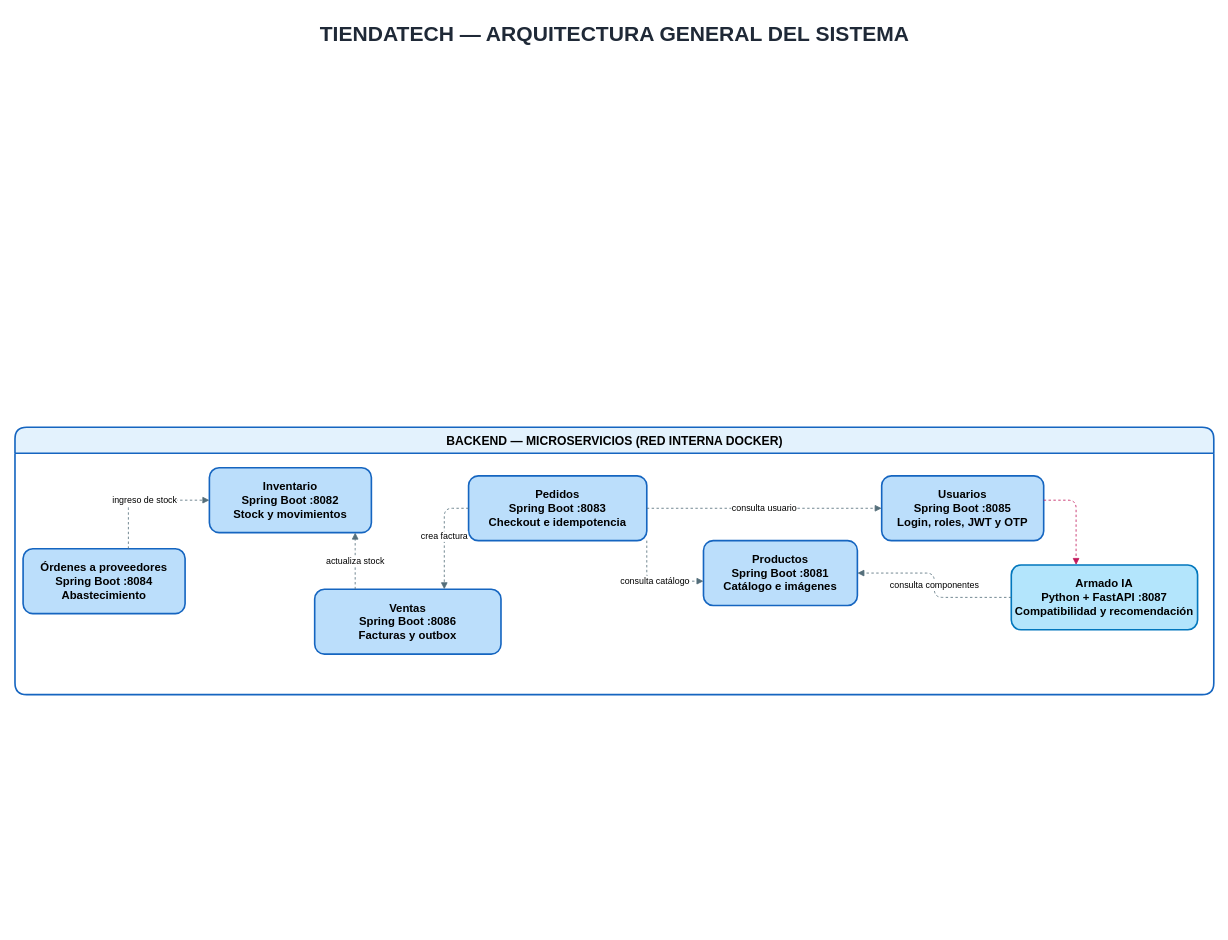
The draw.io diagram docs/diagrams/tiendatech-arquitectura-e4.drawio in JoseLozanoMorales/PFC-AppsDistribuidas, before the edit. Source tidied: cells renumbered, new cells numbered last; positions are measured from the earlier drawing's top-left corner, leaving out a move shared by most shapes. Both pictures are drawn from the tidied source at 81%, with x=0, y=0 at pixel (15, 14).
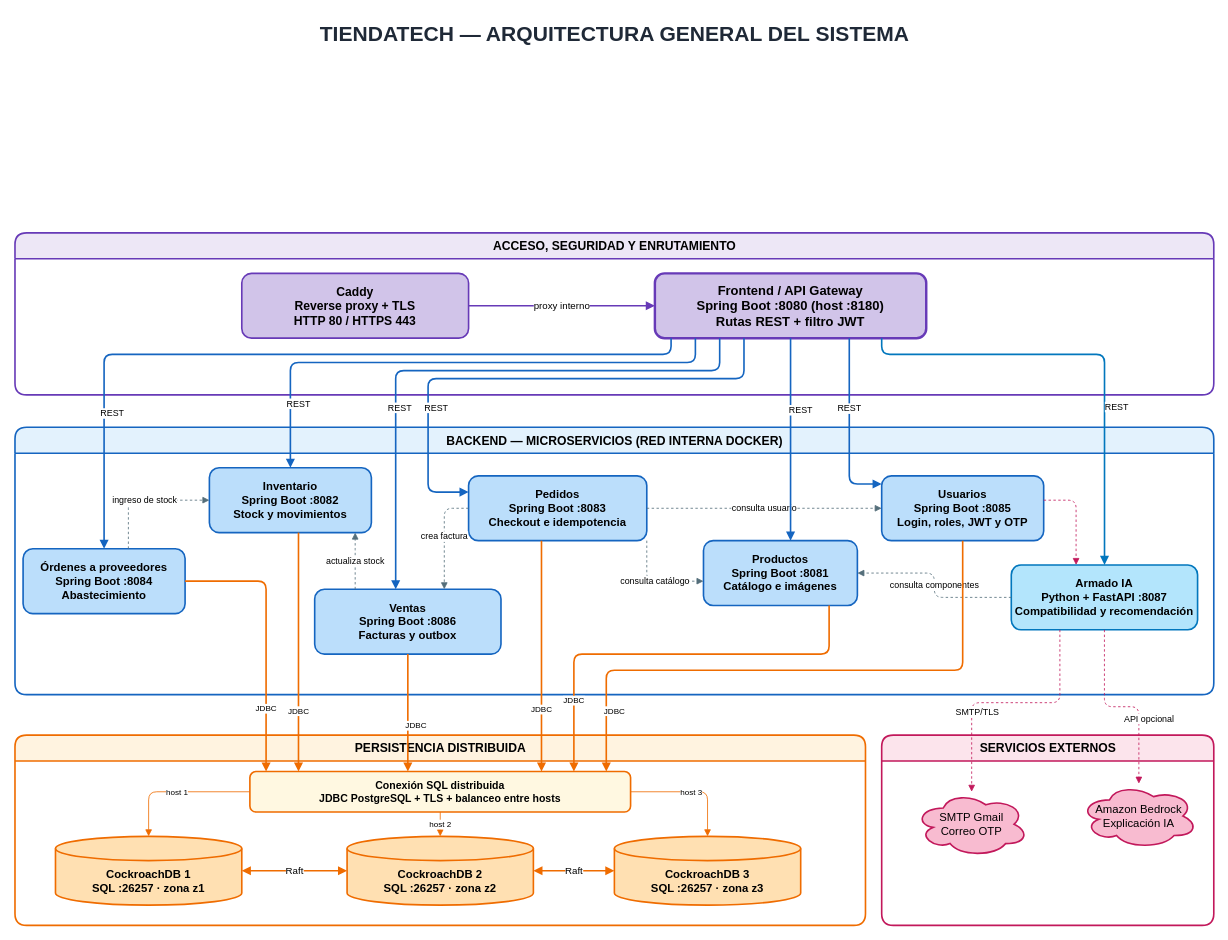
After the change.

Commit message:
Adición de representación gráfica del acceso-persistencia

The change refers to these unchanged cells:
```xml
<mxCell id="4" value="Órdenes a proveedores&#10;Spring Boot :8084&#10;Abastecimiento" style="rounded=1;whiteSpace=wrap;html=1;fillColor=#BBDEFB;strokeColor=#1565C0;strokeWidth=2;fontStyle=1;fontSize=14;" parent="3" vertex="1">
  <mxGeometry x="10" y="150" width="200" height="80" as="geometry" />
</mxCell>
<mxCell id="5" value="Inventario&#10;Spring Boot :8082&#10;Stock y movimientos" style="rounded=1;whiteSpace=wrap;html=1;fillColor=#BBDEFB;strokeColor=#1565C0;strokeWidth=2;fontStyle=1;fontSize=14;" parent="3" vertex="1">
  <mxGeometry x="240" y="50" width="200" height="80" as="geometry" />
</mxCell>
<mxCell id="7" value="Usuarios&#10;Spring Boot :8085&#10;Login, roles, JWT y OTP" style="rounded=1;whiteSpace=wrap;html=1;fillColor=#BBDEFB;strokeColor=#1565C0;strokeWidth=2;fontStyle=1;fontSize=14;" parent="3" vertex="1">
  <mxGeometry x="1070" y="60" width="200" height="80" as="geometry" />
</mxCell>
<mxCell id="8" value="Productos&#10;Spring Boot :8081&#10;Catálogo e imágenes" style="rounded=1;whiteSpace=wrap;html=1;fillColor=#BBDEFB;strokeColor=#1565C0;strokeWidth=2;fontStyle=1;fontSize=14;" parent="3" vertex="1">
  <mxGeometry x="850" y="140" width="190" height="80" as="geometry" />
</mxCell>
<mxCell id="9" value="Pedidos&#10;Spring Boot :8083&#10;Checkout e idempotencia" style="rounded=1;whiteSpace=wrap;html=1;fillColor=#BBDEFB;strokeColor=#1565C0;strokeWidth=2;fontStyle=1;fontSize=14;" parent="3" vertex="1">
  <mxGeometry x="560" y="60" width="220" height="80" as="geometry" />
</mxCell>
<mxCell id="12" value="Ventas&#10;Spring Boot :8086&#10;Facturas y outbox" style="rounded=1;whiteSpace=wrap;html=1;fillColor=#BBDEFB;strokeColor=#1565C0;strokeWidth=2;fontStyle=1;fontSize=14;" parent="3" vertex="1">
  <mxGeometry x="370" y="200" width="230" height="80" as="geometry" />
</mxCell>
<mxCell id="15" value="Armado IA&#10;Python + FastAPI :8087&#10;Compatibilidad y recomendación" style="rounded=1;whiteSpace=wrap;html=1;fillColor=#B3E5FC;strokeColor=#0277BD;strokeWidth=2;fontStyle=1;fontSize=14;" parent="3" vertex="1">
  <mxGeometry x="1230" y="170" width="230" height="80" as="geometry" />
</mxCell>
```

Diff of the diagram source:
```diff
@@
+    <mxCell id="18" value="ACCESO, SEGURIDAD Y ENRUTAMIENTO" style="swimlane;html=1;rounded=1;startSize=32;horizontal=1;fillColor=#EDE7F6;strokeColor=#673AB7;strokeWidth=2;fontStyle=1;fontSize=15;" parent="1" vertex="1">
+      <mxGeometry y="270" width="1480" height="200" as="geometry" />
+    </mxCell>
+    <mxCell id="19" value="Frontend / API Gateway&#10;Spring Boot :8080 (host :8180)&#10;Rutas REST + filtro JWT" style="rounded=1;whiteSpace=wrap;html=1;fillColor=#D1C4E9;strokeColor=#673AB7;strokeWidth=3;fontStyle=1;fontSize=16;" parent="18" vertex="1">
+      <mxGeometry x="790" y="50" width="335" height="80" as="geometry" />
+    </mxCell>
+    <mxCell id="20" value="Caddy&#10;Reverse proxy + TLS&#10;HTTP 80 / HTTPS 443" style="rounded=1;whiteSpace=wrap;html=1;fillColor=#D1C4E9;strokeColor=#673AB7;strokeWidth=2;fontStyle=1;fontSize=15;" parent="18" vertex="1">
+      <mxGeometry x="280" y="50" width="280" height="80" as="geometry" />
+    </mxCell>
+    <mxCell id="21" value="proxy interno" style="edgeStyle=orthogonalEdgeStyle;rounded=1;html=1;endArrow=block;endFill=1;strokeColor=#673AB7;strokeWidth=2;fontSize=12;" parent="18" edge="1" source="20" target="19">
+      <mxGeometry relative="1" as="geometry" />
+    </mxCell>
+    <mxCell id="22" value="PERSISTENCIA DISTRIBUIDA" style="swimlane;html=1;rounded=1;startSize=32;horizontal=1;fillColor=#FFF3E0;strokeColor=#EF6C00;strokeWidth=2;fontStyle=1;fontSize=15;" parent="1" vertex="1">
+      <mxGeometry y="890" width="1050" height="235" as="geometry" />
+    </mxCell>
+    <mxCell id="23" value="CockroachDB 1&#10;SQL :26257 · zona z1" style="shape=cylinder3;whiteSpace=wrap;html=1;boundedLbl=1;backgroundOutline=1;fillColor=#FFE0B2;strokeColor=#EF6C00;strokeWidth=2;fontStyle=1;fontSize=14;" parent="22" vertex="1">
+      <mxGeometry x="50" y="125" width="230" height="85" as="geometry" />
+    </mxCell>
+    <mxCell id="24" value="CockroachDB 2&#10;SQL :26257 · zona z2" style="shape=cylinder3;whiteSpace=wrap;html=1;boundedLbl=1;backgroundOutline=1;fillColor=#FFE0B2;strokeColor=#EF6C00;strokeWidth=2;fontStyle=1;fontSize=14;" parent="22" vertex="1">
+      <mxGeometry x="410" y="125" width="230" height="85" as="geometry" />
+    </mxCell>
+    <mxCell id="25" value="Raft" style="edgeStyle=orthogonalEdgeStyle;rounded=1;html=1;startArrow=block;startFill=1;endArrow=block;endFill=1;strokeColor=#EF6C00;strokeWidth=2;fontSize=12;" parent="22" edge="1" source="23" target="24">
+      <mxGeometry relative="1" as="geometry" />
+    </mxCell>
+    <mxCell id="26" value="CockroachDB 3&#10;SQL :26257 · zona z3" style="shape=cylinder3;whiteSpace=wrap;html=1;boundedLbl=1;backgroundOutline=1;fillColor=#FFE0B2;strokeColor=#EF6C00;strokeWidth=2;fontStyle=1;fontSize=14;" parent="22" vertex="1">
+      <mxGeometry x="740" y="125" width="230" height="85" as="geometry" />
+    </mxCell>
+    <mxCell id="27" value="Raft" style="edgeStyle=orthogonalEdgeStyle;rounded=1;html=1;startArrow=block;startFill=1;endArrow=block;endFill=1;strokeColor=#EF6C00;strokeWidth=2;fontSize=12;" parent="22" edge="1" source="24" target="26">
+      <mxGeometry relative="1" as="geometry" />
+    </mxCell>
+    <mxCell id="28" value="Conexión SQL distribuida&#10;JDBC PostgreSQL + TLS + balanceo entre hosts" style="rounded=1;whiteSpace=wrap;html=1;fillColor=#FFF8E1;strokeColor=#EF6C00;strokeWidth=2;fontStyle=1;fontSize=13;" parent="22" vertex="1">
+      <mxGeometry x="290" y="45" width="470" height="50" as="geometry" />
+    </mxCell>
+    <mxCell id="29" value="host 1" style="edgeStyle=orthogonalEdgeStyle;rounded=1;html=1;endArrow=block;endFill=1;strokeColor=#EF6C00;fontSize=10;" parent="22" edge="1" source="28" target="23">
+      <mxGeometry relative="1" as="geometry" />
+    </mxCell>
+    <mxCell id="30" value="host 2" style="edgeStyle=orthogonalEdgeStyle;rounded=1;html=1;endArrow=block;endFill=1;strokeColor=#EF6C00;fontSize=10;" parent="22" edge="1" source="28" target="24">
+      <mxGeometry relative="1" as="geometry" />
+    </mxCell>
+    <mxCell id="31" value="host 3" style="edgeStyle=orthogonalEdgeStyle;rounded=1;html=1;endArrow=block;endFill=1;strokeColor=#EF6C00;fontSize=10;exitX=1;exitY=0.5;exitDx=0;exitDy=0;" parent="22" edge="1" source="28" target="26">
+      <mxGeometry relative="1" as="geometry" />
+    </mxCell>
+    <mxCell id="32" value="SERVICIOS EXTERNOS" style="swimlane;html=1;rounded=1;startSize=32;horizontal=1;fillColor=#FCE4EC;strokeColor=#C2185B;strokeWidth=2;fontStyle=1;fontSize=15;" parent="1" vertex="1">
+      <mxGeometry x="1070" y="890" width="410" height="235" as="geometry" />
+    </mxCell>
+    <mxCell id="33" value="SMTP Gmail&#10;Correo OTP" style="shape=cloud;whiteSpace=wrap;html=1;fillColor=#F8BBD0;strokeColor=#C2185B;strokeWidth=2;fontSize=14;" parent="32" vertex="1">
+      <mxGeometry x="41" y="70" width="140" height="80" as="geometry" />
+    </mxCell>
+    <mxCell id="34" value="Amazon Bedrock&#10;Explicación IA" style="shape=cloud;whiteSpace=wrap;html=1;fillColor=#F8BBD0;strokeColor=#C2185B;strokeWidth=2;fontSize=14;" parent="32" vertex="1">
+      <mxGeometry x="245" y="60" width="145" height="80" as="geometry" />
+    </mxCell>
+    <mxCell id="35" value="REST" style="edgeStyle=orthogonalEdgeStyle;rounded=1;html=1;endArrow=block;endFill=1;strokeColor=#1565C0;strokeWidth=2;fontSize=11;" parent="1" edge="1" source="19" target="7">
+      <mxGeometry x="-0.22" relative="1" as="geometry">
+        <Array as="points">
+          <mxPoint x="1030" y="580" />
+        </Array>
+        <mxPoint y="1" as="offset" />
+      </mxGeometry>
+    </mxCell>
+    <mxCell id="36" value="REST" style="edgeStyle=orthogonalEdgeStyle;rounded=1;html=1;endArrow=block;endFill=1;strokeColor=#1565C0;strokeWidth=2;fontSize=11;" parent="1" edge="1" source="19" target="8">
+      <mxGeometry x="-0.28" y="12" relative="1" as="geometry">
+        <Array as="points">
+          <mxPoint x="957.5" y="580" />
+          <mxPoint x="957.5" y="580" />
+        </Array>
+        <mxPoint y="-1" as="offset" />
+      </mxGeometry>
+    </mxCell>
+    <mxCell id="37" value="REST" style="edgeStyle=orthogonalEdgeStyle;rounded=1;html=1;endArrow=block;endFill=1;strokeColor=#1565C0;strokeWidth=2;fontSize=11;" parent="1" edge="1" source="19" target="5">
+      <mxGeometry x="0.76" y="10" relative="1" as="geometry">
+        <Array as="points">
+          <mxPoint x="840" y="430" />
+          <mxPoint x="340" y="430" />
+        </Array>
+      </mxGeometry>
+    </mxCell>
+    <mxCell id="38" value="REST" style="edgeStyle=orthogonalEdgeStyle;rounded=1;html=1;endArrow=block;endFill=1;strokeColor=#1565C0;strokeWidth=2;fontSize=11;" parent="1" edge="1" source="19" target="9">
+      <mxGeometry x="0.51" y="10" relative="1" as="geometry">
+        <Array as="points">
+          <mxPoint x="900" y="450" />
+          <mxPoint x="510" y="450" />
+          <mxPoint x="510" y="590" />
+        </Array>
+      </mxGeometry>
+    </mxCell>
+    <mxCell id="39" value="REST" style="edgeStyle=orthogonalEdgeStyle;rounded=1;html=1;endArrow=block;endFill=1;strokeColor=#1565C0;strokeWidth=2;fontSize=11;" parent="1" edge="1" source="19" target="12">
+      <mxGeometry x="0.37" y="5" relative="1" as="geometry">
+        <Array as="points">
+          <mxPoint x="870" y="440" />
+          <mxPoint x="470" y="440" />
+        </Array>
+      </mxGeometry>
+    </mxCell>
+    <mxCell id="40" value="REST" style="edgeStyle=orthogonalEdgeStyle;rounded=1;html=1;endArrow=block;endFill=1;strokeColor=#1565C0;strokeWidth=2;fontSize=11;" parent="1" edge="1" source="19" target="4">
+      <mxGeometry x="0.65" y="10" relative="1" as="geometry">
+        <Array as="points">
+          <mxPoint x="810" y="420" />
+          <mxPoint x="110" y="420" />
+        </Array>
+        <mxPoint y="1" as="offset" />
+      </mxGeometry>
+    </mxCell>
+    <mxCell id="41" value="REST" style="edgeStyle=orthogonalEdgeStyle;rounded=1;html=1;endArrow=block;endFill=1;strokeColor=#0277BD;strokeWidth=2;fontSize=11;" parent="1" edge="1" source="19" target="15">
+      <mxGeometry x="0.3" y="15" relative="1" as="geometry">
+        <Array as="points">
+          <mxPoint x="1070" y="420" />
+          <mxPoint x="1345.1" y="420" />
+        </Array>
+        <mxPoint y="-1" as="offset" />
+      </mxGeometry>
+    </mxCell>
+    <mxCell id="42" value="JDBC" style="edgeStyle=orthogonalEdgeStyle;rounded=1;html=1;endArrow=block;endFill=1;strokeColor=#EF6C00;strokeWidth=2;fontSize=10;" parent="1" edge="1" source="7" target="28">
+      <mxGeometry x="0.79" y="10" relative="1" as="geometry">
+        <Array as="points">
+          <mxPoint x="1170" y="810" />
+          <mxPoint x="730" y="810" />
+        </Array>
+        <mxPoint y="1" as="offset" />
+      </mxGeometry>
+    </mxCell>
+    <mxCell id="43" value="JDBC" style="edgeStyle=orthogonalEdgeStyle;rounded=1;html=1;endArrow=block;endFill=1;strokeColor=#EF6C00;strokeWidth=2;fontSize=10;" parent="1" edge="1" source="8" target="28">
+      <mxGeometry x="0.66" relative="1" as="geometry">
+        <Array as="points">
+          <mxPoint x="1005.1" y="790" />
+          <mxPoint x="690" y="790" />
+        </Array>
+      </mxGeometry>
+    </mxCell>
+    <mxCell id="44" value="JDBC" style="edgeStyle=orthogonalEdgeStyle;rounded=1;html=1;endArrow=block;endFill=1;strokeColor=#EF6C00;strokeWidth=2;fontSize=10;" parent="1" edge="1" source="5" target="28">
+      <mxGeometry x="0.49" relative="1" as="geometry">
+        <Array as="points">
+          <mxPoint x="350" y="790" />
+          <mxPoint x="350" y="790" />
+        </Array>
+      </mxGeometry>
+    </mxCell>
+    <mxCell id="45" value="JDBC" style="edgeStyle=orthogonalEdgeStyle;rounded=1;html=1;endArrow=block;endFill=1;strokeColor=#EF6C00;strokeWidth=2;fontSize=10;" parent="1" edge="1" source="9" target="28">
+      <mxGeometry x="0.47" relative="1" as="geometry">
+        <Array as="points">
+          <mxPoint x="650" y="690" />
+          <mxPoint x="650" y="690" />
+        </Array>
+        <mxPoint y="-1" as="offset" />
+      </mxGeometry>
+    </mxCell>
+    <mxCell id="46" value="JDBC" style="edgeStyle=orthogonalEdgeStyle;rounded=1;html=1;endArrow=block;endFill=1;strokeColor=#EF6C00;strokeWidth=2;fontSize=10;" parent="1" edge="1" source="4" target="28">
+      <mxGeometry x="0.54" relative="1" as="geometry">
+        <Array as="points">
+          <mxPoint x="310" y="700" />
+        </Array>
+        <mxPoint y="-1" as="offset" />
+      </mxGeometry>
+    </mxCell>
+    <mxCell id="47" value="JDBC" style="edgeStyle=orthogonalEdgeStyle;rounded=1;html=1;endArrow=block;endFill=1;strokeColor=#EF6C00;strokeWidth=2;fontSize=10;" parent="1" edge="1" source="12" target="28">
+      <mxGeometry x="0.21" y="10" relative="1" as="geometry">
+        <Array as="points">
+          <mxPoint x="400" y="790" />
+          <mxPoint x="380" y="790" />
+        </Array>
+      </mxGeometry>
+    </mxCell>
+    <mxCell id="48" value="SMTP/TLS" style="edgeStyle=orthogonalEdgeStyle;rounded=1;html=1;dashed=1;endArrow=block;endFill=1;strokeColor=#C2185B;fontSize=11;" parent="1" edge="1" source="15" target="33">
+      <mxGeometry x="0.24" y="12" relative="1" as="geometry">
+        <Array as="points">
+          <mxPoint x="1290" y="850" />
+          <mxPoint x="1181.1" y="850" />
+        </Array>
+      </mxGeometry>
+    </mxCell>
+    <mxCell id="49" value="API opcional" style="edgeStyle=orthogonalEdgeStyle;rounded=1;html=1;dashed=1;endArrow=block;endFill=1;strokeColor=#C2185B;fontSize=11;" parent="1" edge="1" source="15" target="34">
+      <mxGeometry x="0.31" y="12" relative="1" as="geometry" />
+    </mxCell>
```
